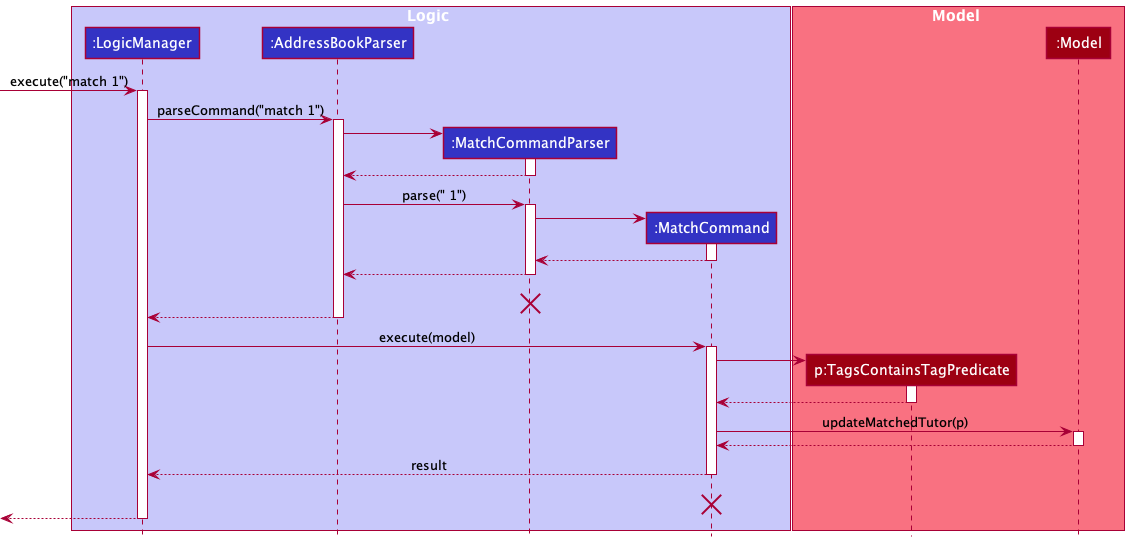
This is docs/images/MatchCommandSequenceDiagram.png from tenebrius1/tp, a PlantUML export, as it was before one commit. Source of this version:
```plantuml
@startuml
!include style.puml

box Logic LOGIC_COLOR_T1
participant ":LogicManager" as LogicManager LOGIC_COLOR
participant ":AddressBookParser" as AddressBook LOGIC_COLOR
participant ":MatchCommandParser" as MatchCommandParser LOGIC_COLOR
participant ":MatchCommand" as MatchCommand LOGIC_COLOR
end box

box Model MODEL_COLOR_T1
participant "p:TagsContainsTagPredicate" as TagPredicate MODEL_COLOR
participant ":Model" as Model MODEL_COLOR
end box
[-> LogicManager : execute("match 1")
activate LogicManager

LogicManager -> AddressBook : parseCommand("match 1")
activate AddressBook
create MatchCommandParser
AddressBook -> MatchCommandParser
activate MatchCommandParser

MatchCommandParser --> AddressBook
deactivate MatchCommandParser

AddressBook -> MatchCommandParser : parse(" 1")
activate MatchCommandParser
create MatchCommand
MatchCommandParser -> MatchCommand
activate MatchCommand
MatchCommand --> MatchCommandParser
deactivate MatchCommand

MatchCommandParser --> AddressBook
deactivate MatchCommandParser
MatchCommandParser -[hidden]-> AddressBook : result
destroy MatchCommandParser

AddressBook --> LogicManager
deactivate AddressBook

LogicManager -> MatchCommand : execute(model)
activate MatchCommand

create TagPredicate
MatchCommand -> TagPredicate
activate TagPredicate
TagPredicate --> MatchCommand
deactivate TagPredicate

MatchCommand -> Model : updateMatchedTutor(p)
activate Model
Model --> MatchCommand
deactivate Model

MatchCommand --> LogicManager : result
deactivate MatchCommand
MatchCommand -[hidden]-> LogicManager : result
destroy MatchCommand

[<--LogicManager
deactivate LogicManager
@enduml
```
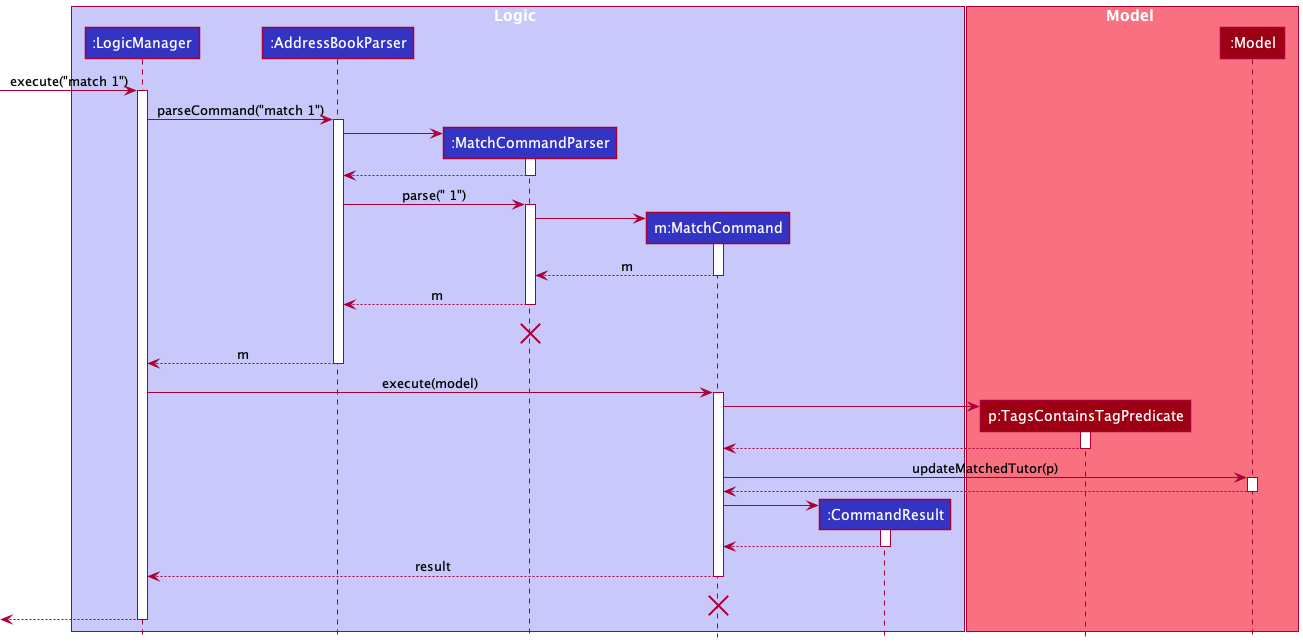
Above is the later version.

Diff of the diagram source:
```diff
@@ -5,7 +5,9 @@
 participant ":LogicManager" as LogicManager LOGIC_COLOR
 participant ":AddressBookParser" as AddressBook LOGIC_COLOR
 participant ":MatchCommandParser" as MatchCommandParser LOGIC_COLOR
-participant ":MatchCommand" as MatchCommand LOGIC_COLOR
+participant "m:MatchCommand" as MatchCommand LOGIC_COLOR
+participant ":CommandResult" as CommandResult LOGIC_COLOR
+
 end box
 
 box Model MODEL_COLOR_T1
@@ -29,15 +31,15 @@
 create MatchCommand
 MatchCommandParser -> MatchCommand
 activate MatchCommand
-MatchCommand --> MatchCommandParser
+MatchCommand --> MatchCommandParser : m
 deactivate MatchCommand
 
-MatchCommandParser --> AddressBook
+MatchCommandParser --> AddressBook : m
 deactivate MatchCommandParser
 MatchCommandParser -[hidden]-> AddressBook : result
 destroy MatchCommandParser
 
-AddressBook --> LogicManager
+AddressBook --> LogicManager : m
 deactivate AddressBook
 
 LogicManager -> MatchCommand : execute(model)
@@ -54,6 +56,13 @@
 Model --> MatchCommand
 deactivate Model
 
+create CommandResult
+MatchCommand -> CommandResult
+activate CommandResult
+
+CommandResult --> MatchCommand
+deactivate CommandResult
+
 MatchCommand --> LogicManager : result
 deactivate MatchCommand
 MatchCommand -[hidden]-> LogicManager : result
```
